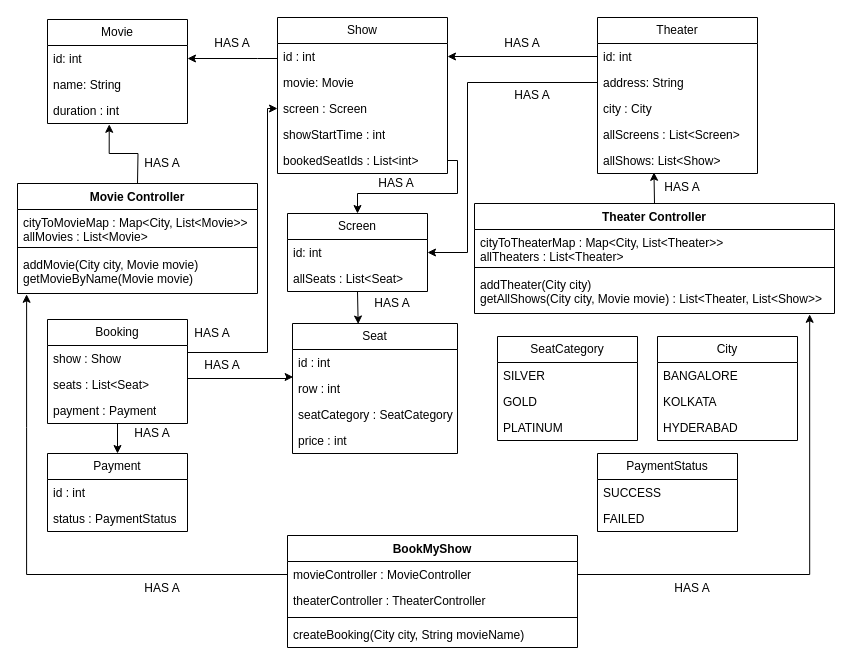
This is BookMyShow/UML.drawio from Sheersendu/LLD_CaseStudies, a draw.io file, before an edit. Source tidied: cells renumbered, new cells numbered last; positions are measured from the earlier drawing's top-left corner, leaving out a move shared by most shapes. Both pictures are drawn from the tidied source at 100%, with x=0, y=0 at pixel (17, 17).
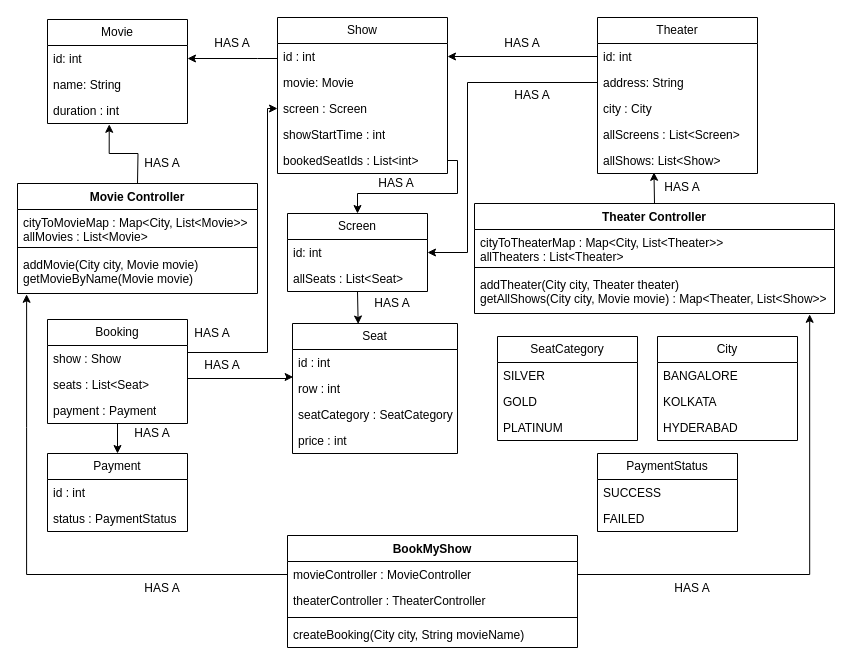
The same diagram, later.

Unchanged cells that the change refers to:
```xml
<mxCell id="33" value="Theater Controller" style="swimlane;fontStyle=1;align=center;verticalAlign=top;horizontal=1;startSize=26;whiteSpace=wrap;html=1;" parent="1" vertex="1">
  <mxGeometry x="457" y="186" width="360" height="110" as="geometry" />
</mxCell>
```

What changed in the source:
```diff
@@
-    <mxCell id="36" value="addTheater(City city)&lt;br&gt;getAllShows(City city, Movie movie) : List&amp;lt;Theater, List&amp;lt;Show&amp;gt;&amp;gt;" style="text;strokeColor=none;fillColor=none;align=left;verticalAlign=top;spacingLeft=4;spacingRight=4;overflow=hidden;points=[[0,0.5],[1,0.5]];portConstraint=eastwest;whiteSpace=wrap;html=1;" parent="33" vertex="1">
+    <mxCell id="36" value="addTheater(City city, Theater theater)&lt;br&gt;getAllShows(City city, Movie movie) : Map&amp;lt;Theater, List&amp;lt;Show&amp;gt;&amp;gt;" style="text;strokeColor=none;fillColor=none;align=left;verticalAlign=top;spacingLeft=4;spacingRight=4;overflow=hidden;points=[[0,0.5],[1,0.5]];portConstraint=eastwest;whiteSpace=wrap;html=1;" parent="33" vertex="1">
       <mxGeometry y="68" width="360" height="42" as="geometry" />
     </mxCell>
```
